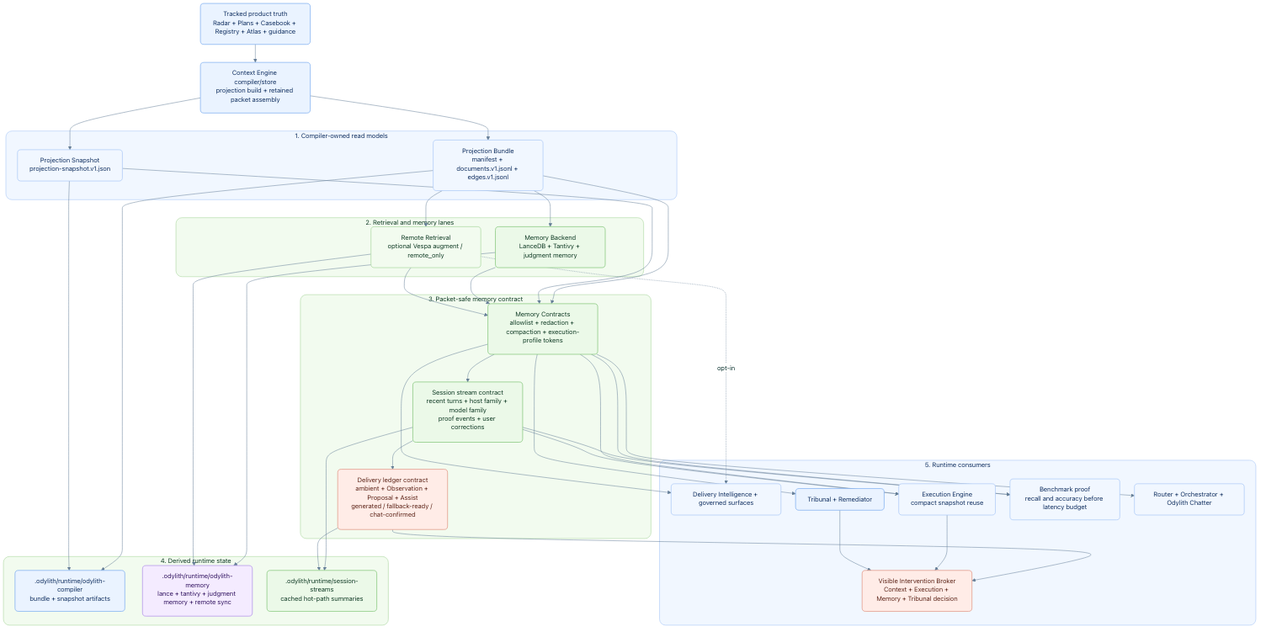
Above: odylith/atlas/source/odylith-memory-substrate-compile-retrieval-and-packet-topology.png in odylith/odylith (Mermaid), before the change. Its source is kept beside it as odylith/atlas/source/odylith-memory-substrate-compile-retrieval-and-packet-topology.mmd. Source of this version:
```mermaid
flowchart TB
    Truth["Tracked product truth<br/>Radar + Plans + Casebook + Registry + Atlas + guidance"] --> Compiler["Context Engine compiler/store<br/>projection build + retained packet assembly"]

    subgraph ReadModels["1. Compiler-owned read models"]
        Bundle["Projection Bundle<br/>manifest + documents.v1.jsonl + edges.v1.jsonl"]
        Snapshot["Projection Snapshot<br/>projection-snapshot.v1.json"]
    end

    subgraph Retrieval["2. Retrieval and memory lanes"]
        Backend["Memory Backend<br/>LanceDB + Tantivy + judgment memory"]
        Remote["Remote Retrieval<br/>optional Vespa augment / remote_only"]
    end

    subgraph Contracts["3. Packet-safe memory contract"]
        MemoryContracts["Memory Contracts<br/>allowlist + redaction + compaction + execution-profile tokens"]
        SessionStream["Session stream contract<br/>recent turns + host family + model family<br/>proof events + user corrections"]
        DeliveryLedger["Delivery ledger contract<br/>ambient + Observation + Proposal + Assist<br/>generated / fallback-ready / chat-confirmed"]
    end

    subgraph State["4. Derived runtime state"]
        CompilerState[".odylith/runtime/odylith-compiler<br/>bundle + snapshot artifacts"]
        MemoryState[".odylith/runtime/odylith-memory<br/>lance + tantivy + judgment memory + remote sync"]
        SessionState[".odylith/runtime/session-streams<br/>cached hot-path summaries"]
    end

    subgraph Consumers["5. Runtime consumers"]
        Governance["Delivery Intelligence + governed surfaces"]
        Tribunal["Tribunal + Remediator"]
        Execution["Execution Engine<br/>compact snapshot reuse"]
        Intervention["Visible Intervention Broker<br/>Context + Execution + Memory + Tribunal decision"]
        Benchmark["Benchmark proof<br/>recall and accuracy before latency budget"]
        Conversation["Router + Orchestrator + Odylith Chatter"]
    end

    Compiler --> Bundle
    Compiler --> Snapshot
    Bundle --> Backend
    Bundle --> Remote
    Bundle --> MemoryContracts
    Snapshot --> MemoryContracts
    Backend --> MemoryContracts
    Remote --> MemoryContracts
    MemoryContracts --> SessionStream
    SessionStream --> DeliveryLedger
    Bundle --> CompilerState
    Snapshot --> CompilerState
    Backend --> MemoryState
    Remote --> MemoryState
    SessionStream --> SessionState
    DeliveryLedger --> SessionState
    MemoryContracts --> Governance
    MemoryContracts --> Tribunal
    MemoryContracts --> Execution
    SessionStream --> Execution
    DeliveryLedger --> Intervention
    Execution --> Intervention
    Tribunal --> Intervention
    MemoryContracts --> Benchmark
    SessionStream --> Benchmark
    MemoryContracts --> Conversation
    Remote -. opt-in .-> Governance
```
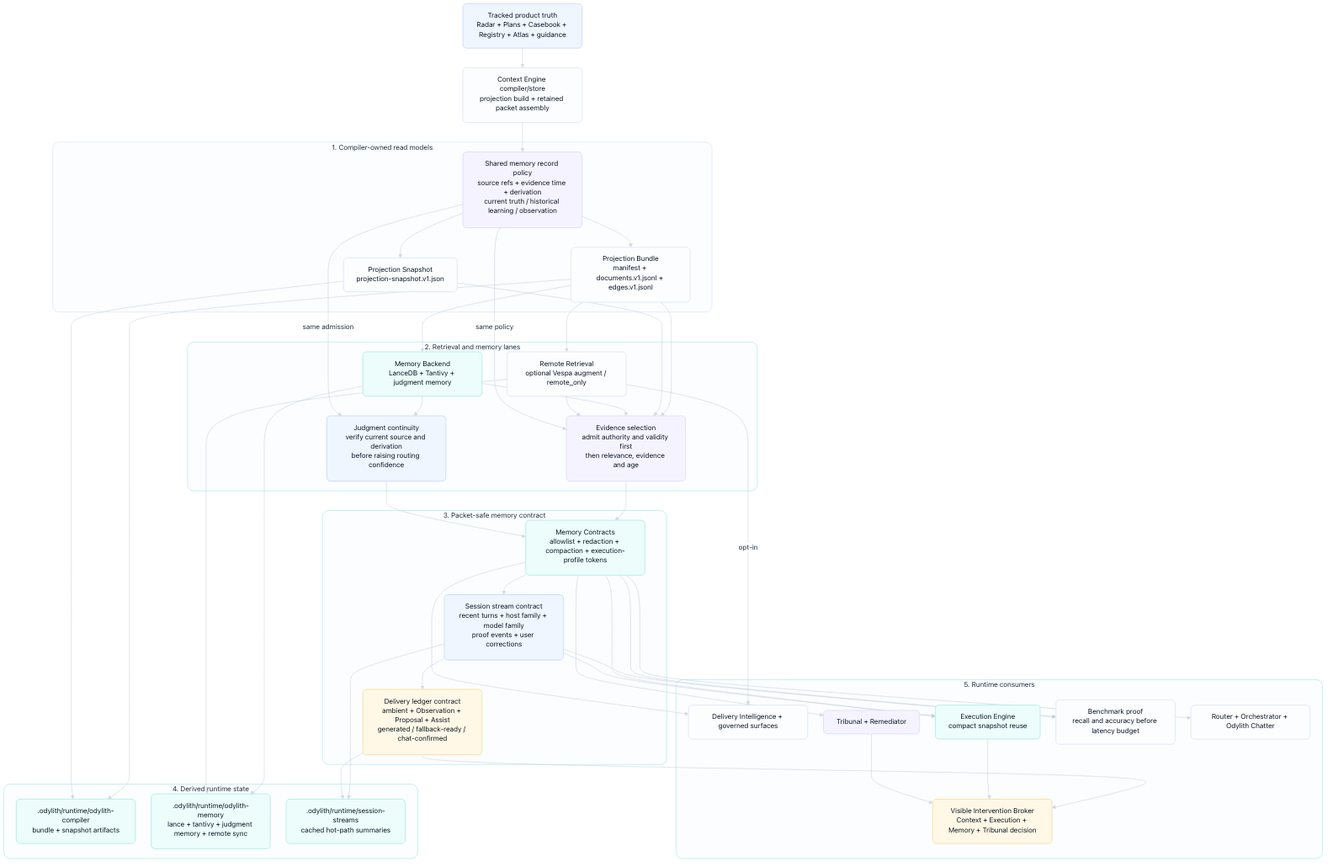
Later version of the same file.

Diff of the diagram source:
```diff
@@ -2,6 +2,7 @@
     Truth["Tracked product truth<br/>Radar + Plans + Casebook + Registry + Atlas + guidance"] --> Compiler["Context Engine compiler/store<br/>projection build + retained packet assembly"]
 
     subgraph ReadModels["1. Compiler-owned read models"]
+        RecordPolicy["Shared memory record policy<br/>source refs + evidence time + derivation<br/>current truth / historical learning / observation"]
         Bundle["Projection Bundle<br/>manifest + documents.v1.jsonl + edges.v1.jsonl"]
         Snapshot["Projection Snapshot<br/>projection-snapshot.v1.json"]
     end
@@ -9,6 +10,8 @@
     subgraph Retrieval["2. Retrieval and memory lanes"]
         Backend["Memory Backend<br/>LanceDB + Tantivy + judgment memory"]
         Remote["Remote Retrieval<br/>optional Vespa augment / remote_only"]
+        Selection["Evidence selection<br/>admit authority and validity first<br/>then relevance, evidence and age"]
+        Continuity["Judgment continuity<br/>verify current source and derivation<br/>before raising routing confidence"]
     end
 
     subgraph Contracts["3. Packet-safe memory contract"]
@@ -32,14 +35,20 @@
         Conversation["Router + Orchestrator + Odylith Chatter"]
     end
 
-    Compiler --> Bundle
-    Compiler --> Snapshot
+    Compiler --> RecordPolicy
+    RecordPolicy --> Bundle
+    RecordPolicy --> Snapshot
     Bundle --> Backend
     Bundle --> Remote
-    Bundle --> MemoryContracts
-    Snapshot --> MemoryContracts
-    Backend --> MemoryContracts
-    Remote --> MemoryContracts
+    Bundle --> Selection
+    Snapshot --> Selection
+    Backend --> Selection
+    Remote --> Selection
+    RecordPolicy -. same policy .-> Selection
+    Selection --> MemoryContracts
+    Backend --> Continuity
+    RecordPolicy -. same admission .-> Continuity
+    Continuity --> MemoryContracts
     MemoryContracts --> SessionStream
     SessionStream --> DeliveryLedger
     Bundle --> CompilerState
```
